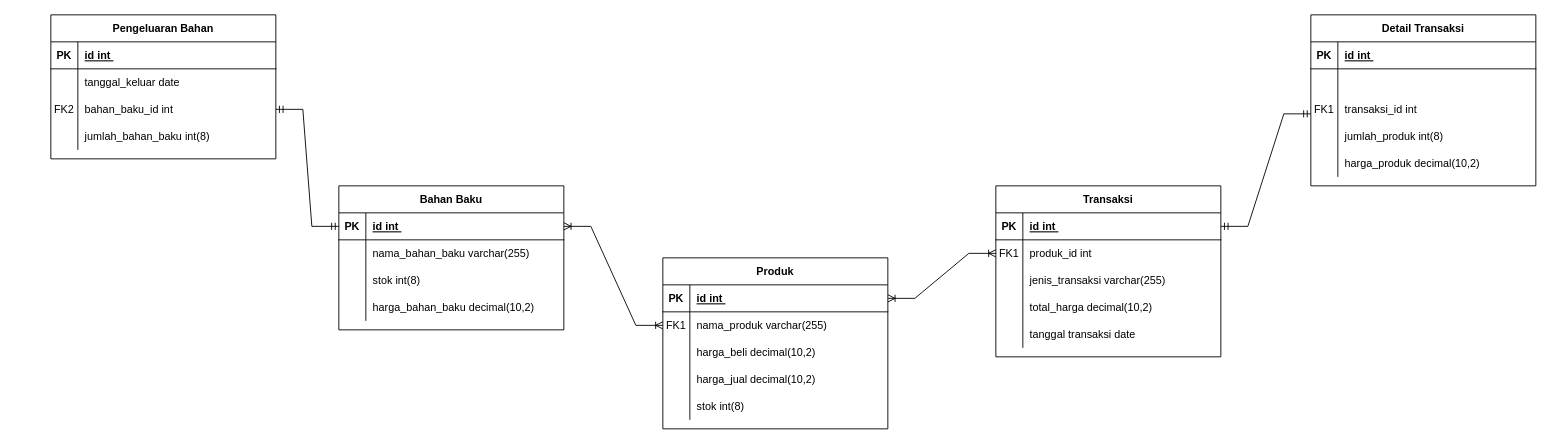
Before: erd/Untitled Diagram.drawio in Adamyr159/Sistem-Stok-Barang-Tape-Uli, a draw.io diagram. Source tidied: cells renumbered, new cells numbered last; positions are measured from the earlier drawing's top-left corner, leaving out a move shared by most shapes. Both pictures are drawn from the tidied source at 90%, with x=0, y=0 at pixel (50, 14).
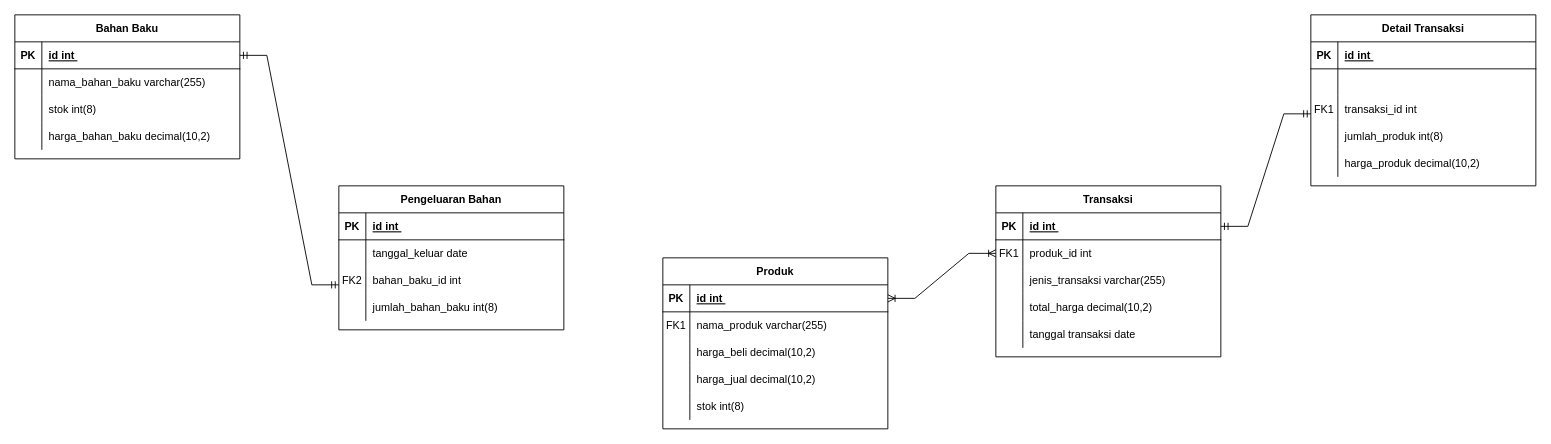
Above is the later version.

The change refers to these unchanged cells:
```xml
<mxCell id="6" style="shape=partialRectangle;fillColor=none;points=[[0,0.5],[1,0.5]];portConstraint=eastwest;top=0;left=0;right=0;bottom=0;" parent="2" vertex="1">
  <mxGeometry y="60" width="250" height="30" as="geometry" />
</mxCell>
<mxCell id="35" style="shape=partialRectangle;fillColor=none;points=[[0,0.5],[1,0.5]];portConstraint=eastwest;top=0;left=0;right=0;bottom=1;" parent="34" vertex="1">
  <mxGeometry y="30" width="250" height="30" as="geometry" />
</mxCell>
<mxCell id="74" style="shape=partialRectangle;fillColor=none;points=[[0,0.5],[1,0.5]];portConstraint=eastwest;top=0;left=0;right=0;bottom=0;" parent="67" vertex="1">
  <mxGeometry y="90" width="250" height="30" as="geometry" />
</mxCell>
```

Change to the diagram source:
```diff
@@
     <mxCell id="34" value="Bahan Baku" style="shape=table;startSize=30;childLayout=tableLayout;rowLines=0;fontStyle=1;align=center;" parent="1" vertex="1">
-      <mxGeometry x="320" y="190" width="250" height="160" as="geometry" />
+      <mxGeometry x="-40" width="250" height="160" as="geometry" />
     </mxCell>
@@
     <mxCell id="66" style="group;" parent="1" vertex="1">
-      <mxGeometry width="250" height="160" as="geometry" />
+      <mxGeometry x="320" y="190" width="250" height="160" as="geometry" />
     </mxCell>
@@
-    <mxCell id="81" style="edgeStyle=entityRelationEdgeStyle;fontSize=12;html=1;endArrow=ERoneToMany;startArrow=ERoneToMany;rounded=0;entryX=0;entryY=0.5;entryDx=0;entryDy=0;exitX=1;exitY=0.5;exitDx=0;exitDy=0;" parent="1" edge="1" source="35" target="6">
-      <mxGeometry relative="1" as="geometry" />
-    </mxCell>
-    <mxCell id="82" style="edgeStyle=entityRelationEdgeStyle;fontSize=12;html=1;endArrow=ERmandOne;startArrow=ERmandOne;rounded=0;entryX=1;entryY=0.5;entryDx=0;entryDy=0;exitX=0;exitY=0.5;exitDx=0;exitDy=0;" parent="1" edge="1" source="35" target="74">
-      <mxGeometry relative="1" as="geometry" />
+    <mxCell id="82" style="edgeStyle=entityRelationEdgeStyle;fontSize=12;html=1;endArrow=ERmandOne;startArrow=ERmandOne;rounded=0;exitX=1;exitY=0.5;exitDx=0;exitDy=0;" parent="1" edge="1" source="35">
+      <mxGeometry relative="1" as="geometry">
+        <mxPoint x="320" y="300" as="targetPoint" />
+      </mxGeometry>
     </mxCell>
```
